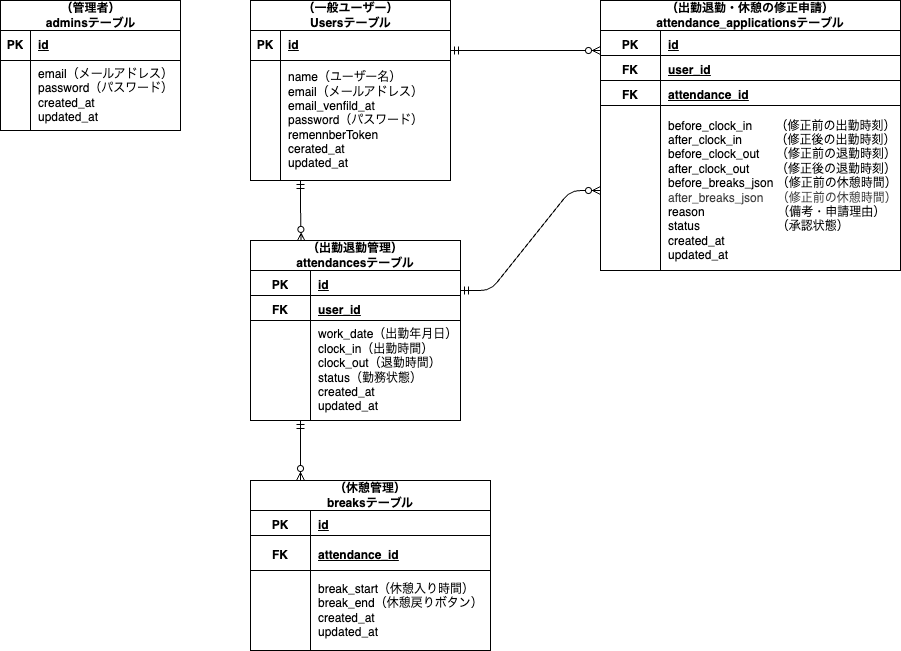
The draw.io diagram .drawio.png in hide32ma/attendance_management, before a commit. Source tidied: cells renumbered, new cells last; positions are measured from the earlier drawing's top-left corner, leaving out a move shared by most shapes.
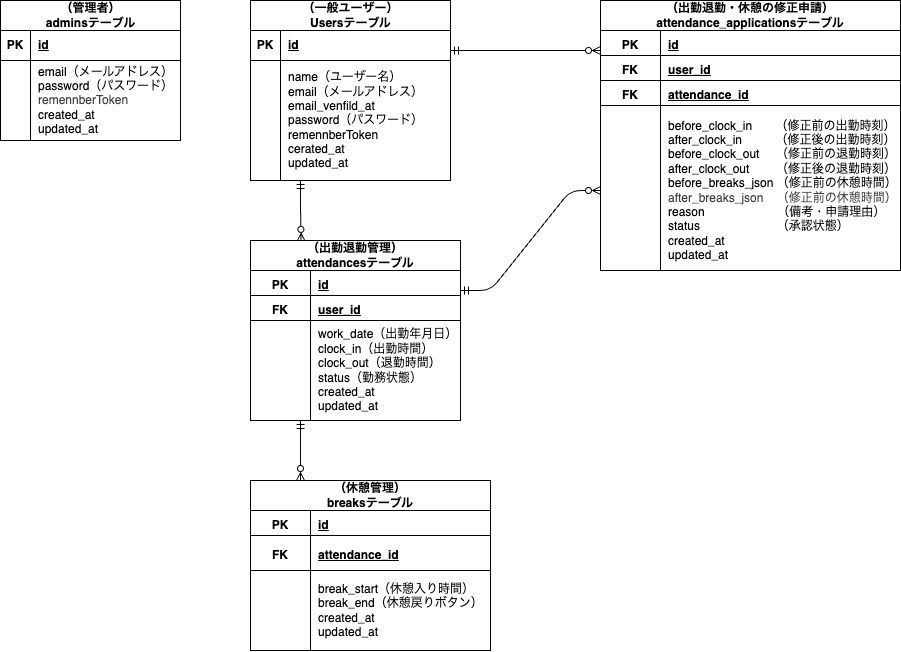
The same file after the commit.

The edit, as a diff of the source:
```diff
@@ -24,7 +24,7 @@
       <mxGeometry x="30" width="170" height="120" as="geometry" />
     </mxCell>
     <mxCell id="9" value="（管理者）&lt;br&gt;adminsテーブル" style="shape=table;startSize=30;rowLines=0;fontStyle=1;align=center;html=1;" parent="1" vertex="1">
-      <mxGeometry width="180" height="130" as="geometry" />
+      <mxGeometry width="180" height="140" as="geometry" />
     </mxCell>
     <mxCell id="10" style="shape=tableRow;horizontal=0;startSize=0;swimlaneHead=0;swimlaneBody=0;fillColor=none;top=0;left=0;right=0;bottom=1;" parent="9" vertex="1">
       <mxGeometry y="30" width="180" height="30" as="geometry" />
@@ -36,13 +36,13 @@
       <mxGeometry x="30" width="150" height="30" as="geometry" />
     </mxCell>
     <mxCell id="13" style="shape=tableRow;horizontal=0;startSize=0;swimlaneHead=0;swimlaneBody=0;fillColor=none;top=0;left=0;right=0;bottom=0;" parent="9" vertex="1">
-      <mxGeometry y="60" width="180" height="70" as="geometry" />
+      <mxGeometry y="60" width="180" height="80" as="geometry" />
     </mxCell>
     <mxCell id="14" style="shape=partialRectangle;fillColor=none;top=0;left=0;bottom=0;right=0;overflow=hidden;whiteSpace=wrap;html=1;" parent="13" vertex="1">
-      <mxGeometry width="30" height="70" as="geometry" />
+      <mxGeometry width="30" height="80" as="geometry" />
     </mxCell>
-    <mxCell id="15" value="email（メールアドレス）&lt;div&gt;password（パスワード）&lt;/div&gt;&lt;div&gt;created_at&lt;/div&gt;&lt;div&gt;updated_at&lt;/div&gt;" style="shape=partialRectangle;fillColor=none;top=0;left=0;bottom=0;right=0;align=left;spacingLeft=6;overflow=hidden;whiteSpace=wrap;html=1;" parent="13" vertex="1">
-      <mxGeometry x="30" width="150" height="70" as="geometry" />
+    <mxCell id="15" value="email（メールアドレス）&lt;div&gt;password（パスワード）&lt;/div&gt;&lt;div&gt;&lt;span style=&quot;color: rgb(63, 63, 63);&quot;&gt;remennberToken&lt;/span&gt;&lt;/div&gt;&lt;div&gt;created_at&lt;/div&gt;&lt;div&gt;updated_at&lt;/div&gt;" style="shape=partialRectangle;fillColor=none;top=0;left=0;bottom=0;right=0;align=left;spacingLeft=6;overflow=hidden;whiteSpace=wrap;html=1;" parent="13" vertex="1">
+      <mxGeometry x="30" width="150" height="80" as="geometry" />
     </mxCell>
     <mxCell id="16" style="fontSize=12;html=1;endArrow=ERzeroToMany;startArrow=ERmandOne;entryX=0.241;entryY=0.005;entryDx=0;entryDy=0;entryPerimeter=0;" parent="1" edge="1" target="17">
       <mxGeometry relative="1" as="geometry">
```
